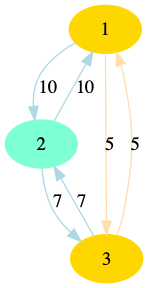
CarlosMatheus/Distributed-Minimum-Spanning-Tree keeps this Graphviz diagram as run/output/graph011.gv.png. Above is the earlier version. Its source is kept beside it as run/output/graph011.gv. Source of this version:
```dot
digraph "output/graph011" {
	1 [color=gold1 style=filled]
	2 [color=aquamarine style=filled]
	3 [color=gold1 style=filled]
	1 -> 2 [label=10 color=lightblue]
	2 -> 1 [label=10 color=lightblue]
	2 -> 3 [label=7 color=lightblue]
	3 -> 2 [label=7 color=lightblue]
	1 -> 3 [label=5 color=navajowhite]
	3 -> 1 [label=5 color=navajowhite]
}
```
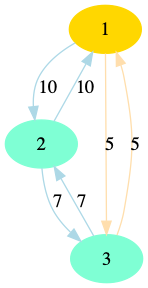
Later version of the same file.

The edit, as a diff of the source:
```diff
@@ -1,7 +1,7 @@
 digraph "output/graph011" {
 	1 [color=gold1 style=filled]
 	2 [color=aquamarine style=filled]
-	3 [color=gold1 style=filled]
+	3 [color=aquamarine style=filled]
 	1 -> 2 [label=10 color=lightblue]
 	2 -> 1 [label=10 color=lightblue]
 	2 -> 3 [label=7 color=lightblue]
```
